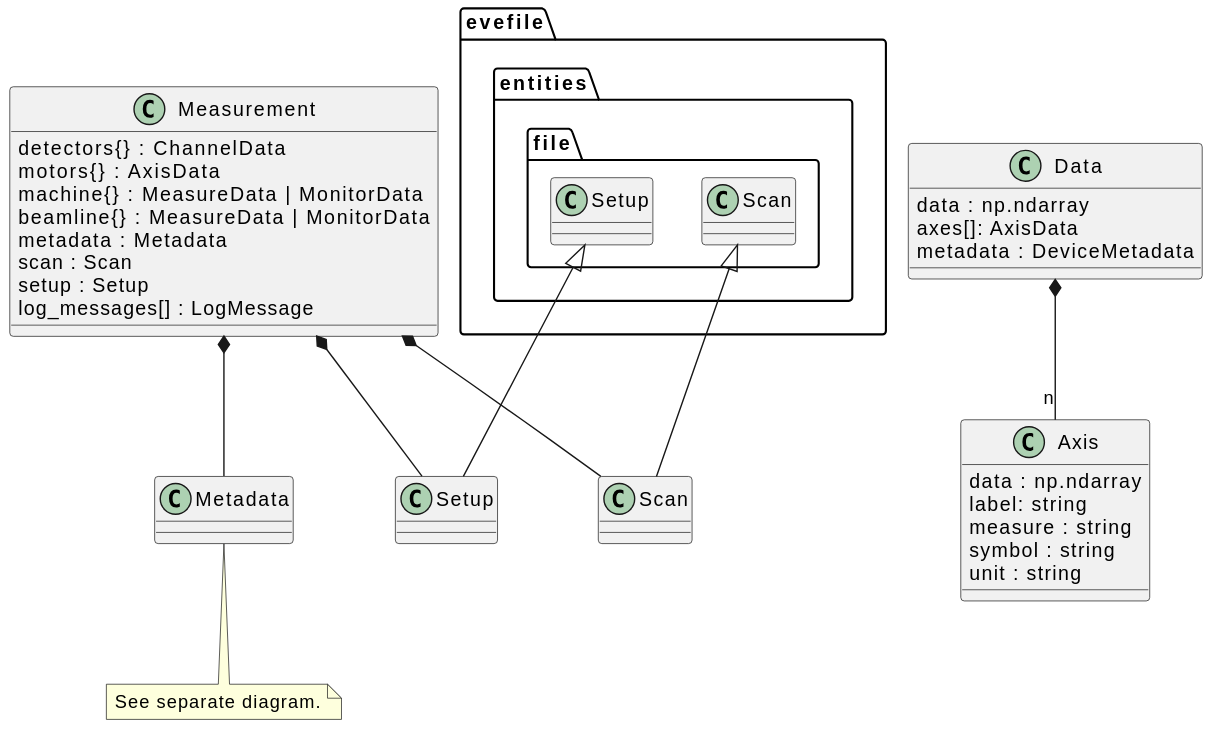
Before: docs/uml/evedata.measurement.entities.measurement.svg, a diagram exported from PlantUML (tillbiskup/evedata).
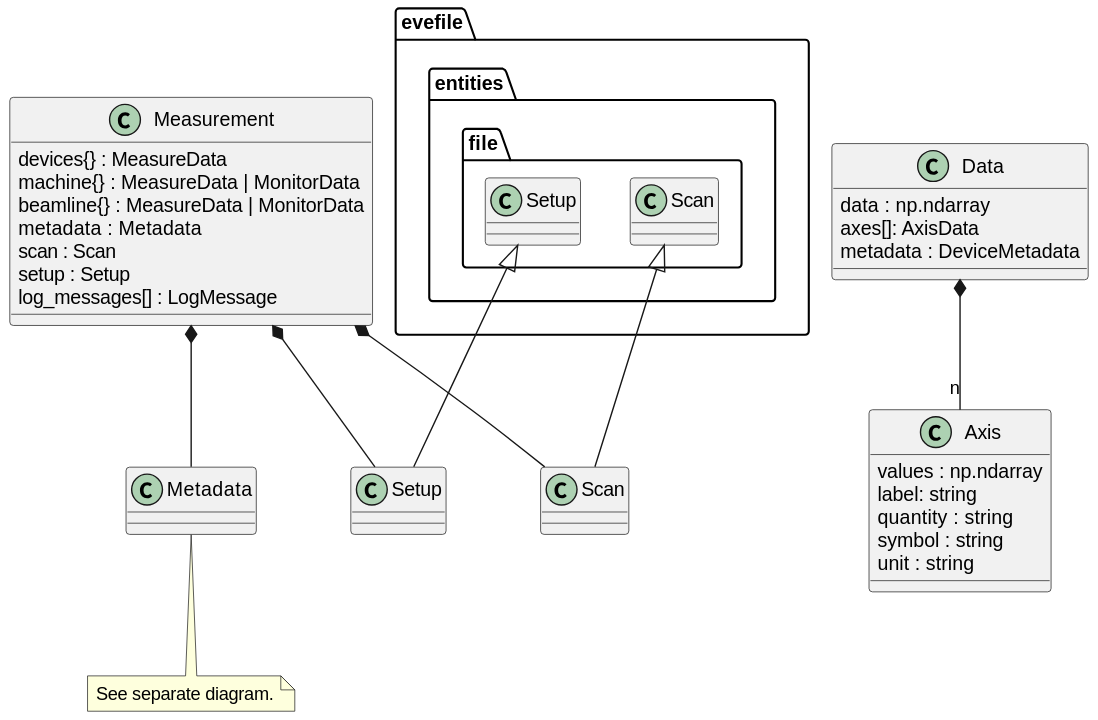
Above is the later version.

Diff of the diagram source:
```diff
@@ -1,8 +1,7 @@
 @startuml
 
 class Measurement {
-    detectors{} : ChannelData
-    motors{} : AxisData
+    devices{} : MeasureData
     machine{} : MeasureData | MonitorData
     beamline{} : MeasureData | MonitorData
     metadata : Metadata
@@ -40,9 +39,9 @@
 }
 
 class Axis {
-    data : np.ndarray
+    values : np.ndarray
     label: string
-    measure : string
+    quantity : string
     symbol : string
     unit : string
 }
```
